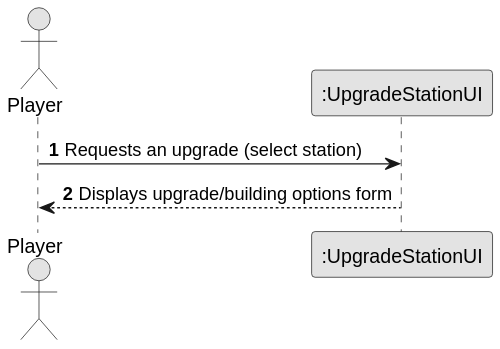
This is docs/system-documentation/US006/03.design/svg/US006-SD-getInput.svg from goncalolopesp/sem2-pi-24.25-g093-repo, a PlantUML export, as it was before one commit.
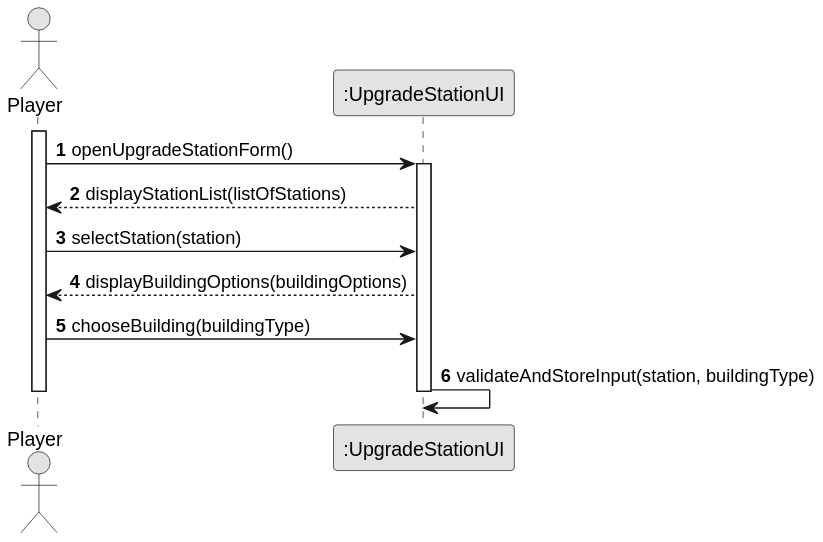
Later version of the same file.

Diff of the diagram source:
```diff
@@ -2,12 +2,25 @@
 skinparam monochrome true
 skinparam packageStyle rectangle
 skinparam shadowing false
-
 autonumber
 
 actor "Player" as Player
 participant ":UpgradeStationUI" as UpgradeUI
 
-Player -> UpgradeUI : Requests an upgrade (select station)
-UpgradeUI --> Player : Displays upgrade/building options form
+activate Player
+Player -> UpgradeUI: openUpgradeStationForm()
+activate UpgradeUI
+
+UpgradeUI --> Player: displayStationList(listOfStations)
+
+Player -> UpgradeUI: selectStation(station)
+
+UpgradeUI --> Player: displayBuildingOptions(buildingOptions)
+
+Player -> UpgradeUI: chooseBuilding(buildingType)
+
+UpgradeUI -> UpgradeUI: validateAndStoreInput(station, buildingType)
+
+deactivate UpgradeUI
+deactivate Player
 @enduml
```
